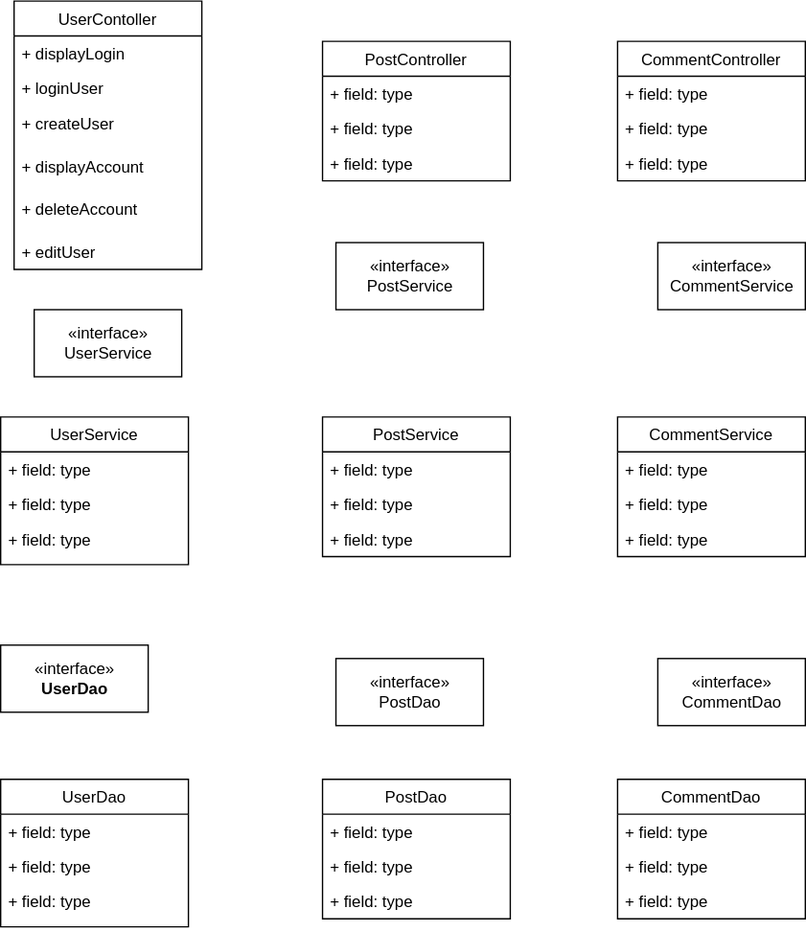
The draw.io diagram documentation/UmlClassDiagram.svg in jarjc001/SocialMediaApp, before a commit. Source tidied: cells renumbered, new cells last; positions are measured from the earlier drawing's top-left corner, leaving out a move shared by most shapes.
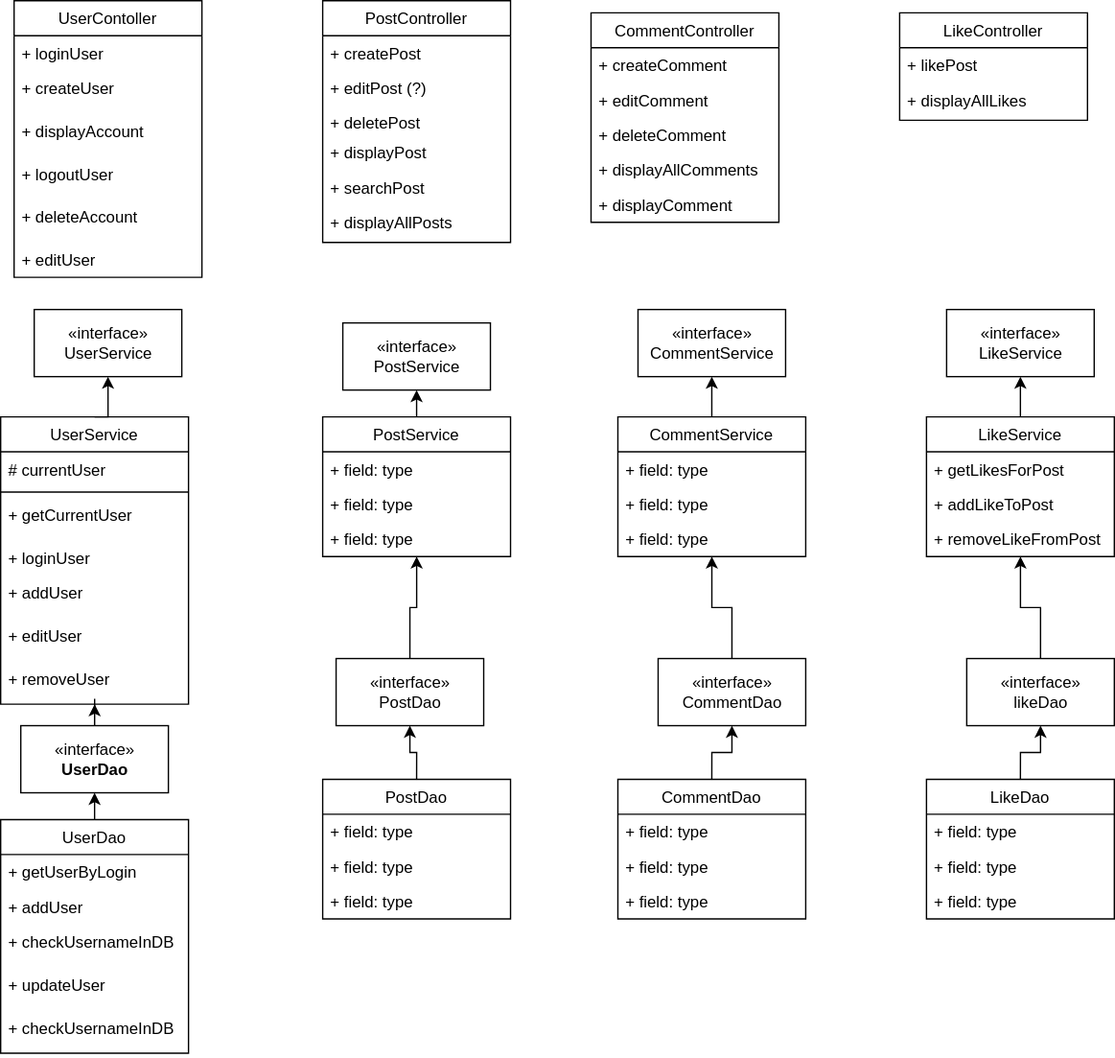
The same diagram one commit later.

Commit message:
added prop for db almost finished class diagram

Change to the diagram source:
```diff
@@ -5,46 +5,61 @@
     <mxCell id="2" value="UserContoller" style="swimlane;fontStyle=0;horizontal=1;startSize=26;fillColor=none;" parent="1" vertex="1">
-      <mxGeometry x="10" width="140" height="200" as="geometry" />
+      <mxGeometry x="10" width="140" height="206" as="geometry" />
     </mxCell>
-    <mxCell id="3" value="+ displayLogin" style="text;strokeColor=none;fillColor=none;align=left;verticalAlign=top;spacingLeft=4;spacingRight=4;overflow=hidden;" parent="2" vertex="1">
-      <mxGeometry y="26" width="140" height="26" as="geometry" />
-    </mxCell>
     <mxCell id="4" value="+ loginUser" style="text;strokeColor=none;fillColor=none;align=left;verticalAlign=top;spacingLeft=4;spacingRight=4;overflow=hidden;" parent="2" vertex="1">
-      <mxGeometry y="52" width="140" height="26" as="geometry" />
+      <mxGeometry y="26" width="140" height="26" as="geometry" />
     </mxCell>
     <mxCell id="5" value="+ createUser" style="text;strokeColor=none;fillColor=none;align=left;verticalAlign=top;spacingLeft=4;spacingRight=4;overflow=hidden;" parent="2" vertex="1">
-      <mxGeometry y="78" width="140" height="32" as="geometry" />
+      <mxGeometry y="52" width="140" height="32" as="geometry" />
     </mxCell>
     <mxCell id="6" value="+ displayAccount" style="text;strokeColor=none;fillColor=none;align=left;verticalAlign=top;spacingLeft=4;spacingRight=4;overflow=hidden;" parent="2" vertex="1">
-      <mxGeometry y="110" width="140" height="32" as="geometry" />
+      <mxGeometry y="84" width="140" height="32" as="geometry" />
     </mxCell>
+    <mxCell id="47" value="+ logoutUser" style="text;strokeColor=none;fillColor=none;align=left;verticalAlign=top;spacingLeft=4;spacingRight=4;overflow=hidden;" parent="2" vertex="1">
+      <mxGeometry y="116" width="140" height="32" as="geometry" />
+    </mxCell>
     <mxCell id="7" value="+ deleteAccount" style="text;strokeColor=none;fillColor=none;align=left;verticalAlign=top;spacingLeft=4;spacingRight=4;overflow=hidden;" parent="2" vertex="1">
-      <mxGeometry y="142" width="140" height="32" as="geometry" />
+      <mxGeometry y="148" width="140" height="32" as="geometry" />
     </mxCell>
     <mxCell id="8" value="+ editUser" style="text;strokeColor=none;fillColor=none;align=left;verticalAlign=top;spacingLeft=4;spacingRight=4;overflow=hidden;" parent="2" vertex="1">
-      <mxGeometry y="174" width="140" height="26" as="geometry" />
+      <mxGeometry y="180" width="140" height="26" as="geometry" />
     </mxCell>
     <mxCell id="9" value="PostController" style="swimlane;fontStyle=0;horizontal=1;startSize=26;fillColor=none;" parent="1" vertex="1">
-      <mxGeometry x="240" y="30" width="140" height="104" as="geometry" />
+      <mxGeometry x="240" width="140" height="180" as="geometry" />
     </mxCell>
-    <mxCell id="10" value="+ field: type" style="text;strokeColor=none;fillColor=none;align=left;verticalAlign=top;spacingLeft=4;spacingRight=4;overflow=hidden;" parent="9" vertex="1">
+    <mxCell id="10" value="+ createPost" style="text;strokeColor=none;fillColor=none;align=left;verticalAlign=top;spacingLeft=4;spacingRight=4;overflow=hidden;" parent="9" vertex="1">
       <mxGeometry y="26" width="140" height="26" as="geometry" />
     </mxCell>
-    <mxCell id="11" value="+ field: type" style="text;strokeColor=none;fillColor=none;align=left;verticalAlign=top;spacingLeft=4;spacingRight=4;overflow=hidden;" parent="9" vertex="1">
+    <mxCell id="11" value="+ editPost (?)" style="text;strokeColor=none;fillColor=none;align=left;verticalAlign=top;spacingLeft=4;spacingRight=4;overflow=hidden;" parent="9" vertex="1">
       <mxGeometry y="52" width="140" height="26" as="geometry" />
     </mxCell>
-    <mxCell id="12" value="+ field: type" style="text;strokeColor=none;fillColor=none;align=left;verticalAlign=top;spacingLeft=4;spacingRight=4;overflow=hidden;" parent="9" vertex="1">
-      <mxGeometry y="78" width="140" height="26" as="geometry" />
+    <mxCell id="12" value="+ deletePost" style="text;strokeColor=none;fillColor=none;align=left;verticalAlign=top;spacingLeft=4;spacingRight=4;overflow=hidden;" parent="9" vertex="1">
+      <mxGeometry y="78" width="140" height="22" as="geometry" />
     </mxCell>
+    <mxCell id="48" value="+ displayPost" style="text;strokeColor=none;fillColor=none;align=left;verticalAlign=top;spacingLeft=4;spacingRight=4;overflow=hidden;" parent="9" vertex="1">
+      <mxGeometry y="100" width="140" height="26" as="geometry" />
+    </mxCell>
+    <mxCell id="49" value="+ searchPost" style="text;strokeColor=none;fillColor=none;align=left;verticalAlign=top;spacingLeft=4;spacingRight=4;overflow=hidden;" parent="9" vertex="1">
+      <mxGeometry y="126" width="140" height="26" as="geometry" />
+    </mxCell>
+    <mxCell id="50" value="+ displayAllPosts" style="text;strokeColor=none;fillColor=none;align=left;verticalAlign=top;spacingLeft=4;spacingRight=4;overflow=hidden;" parent="9" vertex="1">
+      <mxGeometry y="152" width="140" height="28" as="geometry" />
+    </mxCell>
     <mxCell id="13" value="CommentController" style="swimlane;fontStyle=0;horizontal=1;startSize=26;fillColor=none;" parent="1" vertex="1">
-      <mxGeometry x="460" y="30" width="140" height="104" as="geometry" />
+      <mxGeometry x="440" y="9" width="140" height="156" as="geometry" />
     </mxCell>
-    <mxCell id="14" value="+ field: type" style="text;strokeColor=none;fillColor=none;align=left;verticalAlign=top;spacingLeft=4;spacingRight=4;overflow=hidden;" parent="13" vertex="1">
+    <mxCell id="14" value="+ createComment" style="text;strokeColor=none;fillColor=none;align=left;verticalAlign=top;spacingLeft=4;spacingRight=4;overflow=hidden;" parent="13" vertex="1">
       <mxGeometry y="26" width="140" height="26" as="geometry" />
     </mxCell>
-    <mxCell id="15" value="+ field: type" style="text;strokeColor=none;fillColor=none;align=left;verticalAlign=top;spacingLeft=4;spacingRight=4;overflow=hidden;" parent="13" vertex="1">
+    <mxCell id="15" value="+ editComment" style="text;strokeColor=none;fillColor=none;align=left;verticalAlign=top;spacingLeft=4;spacingRight=4;overflow=hidden;" parent="13" vertex="1">
       <mxGeometry y="52" width="140" height="26" as="geometry" />
     </mxCell>
-    <mxCell id="16" value="+ field: type" style="text;strokeColor=none;fillColor=none;align=left;verticalAlign=top;spacingLeft=4;spacingRight=4;overflow=hidden;" parent="13" vertex="1">
+    <mxCell id="16" value="+ deleteComment" style="text;strokeColor=none;fillColor=none;align=left;verticalAlign=top;spacingLeft=4;spacingRight=4;overflow=hidden;" parent="13" vertex="1">
       <mxGeometry y="78" width="140" height="26" as="geometry" />
     </mxCell>
+    <mxCell id="51" value="+ displayAllComments" style="text;strokeColor=none;fillColor=none;align=left;verticalAlign=top;spacingLeft=4;spacingRight=4;overflow=hidden;" parent="13" vertex="1">
+      <mxGeometry y="104" width="140" height="26" as="geometry" />
+    </mxCell>
+    <mxCell id="52" value="+ displayComment" style="text;strokeColor=none;fillColor=none;align=left;verticalAlign=top;spacingLeft=4;spacingRight=4;overflow=hidden;" parent="13" vertex="1">
+      <mxGeometry y="130" width="140" height="26" as="geometry" />
+    </mxCell>
     <mxCell id="17" value="«interface»&lt;br&gt;UserService" style="html=1;" parent="1" vertex="1">
@@ -53,19 +68,37 @@
     <mxCell id="18" value="«interface»&lt;br&gt;CommentService" style="html=1;" parent="1" vertex="1">
-      <mxGeometry x="490" y="180" width="110" height="50" as="geometry" />
+      <mxGeometry x="475" y="230" width="110" height="50" as="geometry" />
     </mxCell>
     <mxCell id="19" value="«interface»&lt;br&gt;PostService" style="html=1;" parent="1" vertex="1">
-      <mxGeometry x="250" y="180" width="110" height="50" as="geometry" />
+      <mxGeometry x="255" y="240" width="110" height="50" as="geometry" />
     </mxCell>
+    <mxCell id="53" style="edgeStyle=orthogonalEdgeStyle;rounded=0;jettySize=auto;html=1;exitX=0.5;exitY=0;exitDx=0;exitDy=0;entryX=0.5;entryY=1;entryDx=0;entryDy=0;" parent="1" edge="1" source="20" target="17">
+      <mxGeometry relative="1" as="geometry" />
+    </mxCell>
     <mxCell id="20" value="UserService" style="swimlane;fontStyle=0;horizontal=1;startSize=26;fillColor=none;" parent="1" vertex="1">
-      <mxGeometry y="310" width="140" height="110" as="geometry" />
+      <mxGeometry y="310" width="140" height="214" as="geometry" />
     </mxCell>
-    <mxCell id="21" value="+ field: type" style="text;strokeColor=none;fillColor=none;align=left;verticalAlign=top;spacingLeft=4;spacingRight=4;overflow=hidden;" parent="20" vertex="1">
+    <mxCell id="21" value="# currentUser" style="text;strokeColor=none;fillColor=none;align=left;verticalAlign=top;spacingLeft=4;spacingRight=4;overflow=hidden;" parent="20" vertex="1">
       <mxGeometry y="26" width="140" height="26" as="geometry" />
     </mxCell>
+    <mxCell id="54" style="line;strokeWidth=1;fillColor=none;align=left;verticalAlign=middle;spacingTop=-1;spacingLeft=3;spacingRight=3;labelPosition=right;strokeColor=inherit;" parent="20" vertex="1">
+      <mxGeometry y="52" width="140" height="8" as="geometry" />
+    </mxCell>
+    <mxCell id="55" value="+ getCurrentUser" style="text;strokeColor=none;fillColor=none;align=left;verticalAlign=top;spacingLeft=4;spacingRight=4;overflow=hidden;" parent="20" vertex="1">
+      <mxGeometry y="60" width="140" height="32" as="geometry" />
+    </mxCell>
-    <mxCell id="22" value="+ field: type" style="text;strokeColor=none;fillColor=none;align=left;verticalAlign=top;spacingLeft=4;spacingRight=4;overflow=hidden;" parent="20" vertex="1">
-      <mxGeometry y="52" width="140" height="26" as="geometry" />
+    <mxCell id="22" value="+ loginUser" style="text;strokeColor=none;fillColor=none;align=left;verticalAlign=top;spacingLeft=4;spacingRight=4;overflow=hidden;" parent="20" vertex="1">
+      <mxGeometry y="92" width="140" height="26" as="geometry" />
     </mxCell>
+    <mxCell id="56" value="+ addUser" style="text;strokeColor=none;fillColor=none;align=left;verticalAlign=top;spacingLeft=4;spacingRight=4;overflow=hidden;" parent="20" vertex="1">
+      <mxGeometry y="118" width="140" height="32" as="geometry" />
+    </mxCell>
+    <mxCell id="57" value="+ editUser" style="text;strokeColor=none;fillColor=none;align=left;verticalAlign=top;spacingLeft=4;spacingRight=4;overflow=hidden;" parent="20" vertex="1">
+      <mxGeometry y="150" width="140" height="32" as="geometry" />
+    </mxCell>
-    <mxCell id="23" value="+ field: type" style="text;strokeColor=none;fillColor=none;align=left;verticalAlign=top;spacingLeft=4;spacingRight=4;overflow=hidden;" parent="20" vertex="1">
-      <mxGeometry y="78" width="140" height="32" as="geometry" />
+    <mxCell id="23" value="+ removeUser" style="text;strokeColor=none;fillColor=none;align=left;verticalAlign=top;spacingLeft=4;spacingRight=4;overflow=hidden;" parent="20" vertex="1">
+      <mxGeometry y="182" width="140" height="32" as="geometry" />
     </mxCell>
+    <mxCell id="58" style="edgeStyle=orthogonalEdgeStyle;rounded=0;jettySize=auto;html=1;exitX=0.5;exitY=0;exitDx=0;exitDy=0;entryX=0.5;entryY=1;entryDx=0;entryDy=0;" parent="1" edge="1" source="24" target="19">
+      <mxGeometry relative="1" as="geometry" />
+    </mxCell>
     <mxCell id="24" value="PostService" style="swimlane;fontStyle=0;horizontal=1;startSize=26;fillColor=none;" parent="1" vertex="1">
@@ -82,2 +115,5 @@
     </mxCell>
+    <mxCell id="59" style="edgeStyle=orthogonalEdgeStyle;rounded=0;jettySize=auto;html=1;exitX=0.5;exitY=0;exitDx=0;exitDy=0;entryX=0.5;entryY=1;entryDx=0;entryDy=0;" parent="1" edge="1" source="28" target="18">
+      <mxGeometry relative="1" as="geometry" />
+    </mxCell>
     <mxCell id="28" value="CommentService" style="swimlane;fontStyle=0;horizontal=1;startSize=26;fillColor=none;" parent="1" vertex="1">
@@ -94,14 +130,26 @@
     </mxCell>
+    <mxCell id="60" style="edgeStyle=orthogonalEdgeStyle;rounded=0;jettySize=auto;html=1;exitX=0.5;exitY=0;exitDx=0;exitDy=0;entryX=0.5;entryY=1;entryDx=0;entryDy=0;" parent="1" edge="1" source="32" target="44">
+      <mxGeometry relative="1" as="geometry" />
+    </mxCell>
     <mxCell id="32" value="UserDao" style="swimlane;fontStyle=0;horizontal=1;startSize=26;fillColor=none;" parent="1" vertex="1">
-      <mxGeometry y="580" width="140" height="110" as="geometry" />
+      <mxGeometry y="610" width="140" height="174" as="geometry" />
     </mxCell>
-    <mxCell id="33" value="+ field: type" style="text;strokeColor=none;fillColor=none;align=left;verticalAlign=top;spacingLeft=4;spacingRight=4;overflow=hidden;" parent="32" vertex="1">
+    <mxCell id="33" value="+ getUserByLogin" style="text;strokeColor=none;fillColor=none;align=left;verticalAlign=top;spacingLeft=4;spacingRight=4;overflow=hidden;" parent="32" vertex="1">
       <mxGeometry y="26" width="140" height="26" as="geometry" />
     </mxCell>
-    <mxCell id="34" value="+ field: type" style="text;strokeColor=none;fillColor=none;align=left;verticalAlign=top;spacingLeft=4;spacingRight=4;overflow=hidden;" parent="32" vertex="1">
+    <mxCell id="34" value="+ addUser" style="text;strokeColor=none;fillColor=none;align=left;verticalAlign=top;spacingLeft=4;spacingRight=4;overflow=hidden;" parent="32" vertex="1">
       <mxGeometry y="52" width="140" height="26" as="geometry" />
     </mxCell>
+    <mxCell id="61" value="+ checkUsernameInDB" style="text;strokeColor=none;fillColor=none;align=left;verticalAlign=top;spacingLeft=4;spacingRight=4;overflow=hidden;" parent="32" vertex="1">
+      <mxGeometry y="78" width="140" height="32" as="geometry" />
+    </mxCell>
+    <mxCell id="62" value="+ updateUser" style="text;strokeColor=none;fillColor=none;align=left;verticalAlign=top;spacingLeft=4;spacingRight=4;overflow=hidden;" parent="32" vertex="1">
+      <mxGeometry y="110" width="140" height="32" as="geometry" />
+    </mxCell>
-    <mxCell id="35" value="+ field: type" style="text;strokeColor=none;fillColor=none;align=left;verticalAlign=top;spacingLeft=4;spacingRight=4;overflow=hidden;" parent="32" vertex="1">
-      <mxGeometry y="78" width="140" height="32" as="geometry" />
+    <mxCell id="35" value="+ checkUsernameInDB" style="text;strokeColor=none;fillColor=none;align=left;verticalAlign=top;spacingLeft=4;spacingRight=4;overflow=hidden;" parent="32" vertex="1">
+      <mxGeometry y="142" width="140" height="32" as="geometry" />
     </mxCell>
+    <mxCell id="63" style="edgeStyle=orthogonalEdgeStyle;rounded=0;jettySize=auto;html=1;exitX=0.5;exitY=0;exitDx=0;exitDy=0;entryX=0.5;entryY=1;entryDx=0;entryDy=0;" parent="1" edge="1" source="36" target="46">
+      <mxGeometry relative="1" as="geometry" />
+    </mxCell>
     <mxCell id="36" value="PostDao" style="swimlane;fontStyle=0;horizontal=1;startSize=26;fillColor=none;" parent="1" vertex="1">
@@ -118,2 +166,5 @@
     </mxCell>
+    <mxCell id="64" style="edgeStyle=orthogonalEdgeStyle;rounded=0;jettySize=auto;html=1;exitX=0.5;exitY=0;exitDx=0;exitDy=0;entryX=0.5;entryY=1;entryDx=0;entryDy=0;" parent="1" edge="1" source="40" target="45">
+      <mxGeometry relative="1" as="geometry" />
+    </mxCell>
     <mxCell id="40" value="CommentDao" style="swimlane;fontStyle=0;horizontal=1;startSize=26;fillColor=none;" parent="1" vertex="1">
@@ -130,5 +181,11 @@
     </mxCell>
+    <mxCell id="65" style="edgeStyle=orthogonalEdgeStyle;rounded=0;jettySize=auto;html=1;exitX=0.5;exitY=0;exitDx=0;exitDy=0;" parent="1" edge="1" source="44" target="20">
+      <mxGeometry relative="1" as="geometry" />
+    </mxCell>
     <mxCell id="44" value="«interface»&lt;br&gt;&lt;b&gt;UserDao&lt;/b&gt;" style="html=1;" parent="1" vertex="1">
-      <mxGeometry y="480" width="110" height="50" as="geometry" />
+      <mxGeometry x="15" y="540" width="110" height="50" as="geometry" />
     </mxCell>
+    <mxCell id="66" style="edgeStyle=orthogonalEdgeStyle;rounded=0;jettySize=auto;html=1;exitX=0.5;exitY=0;exitDx=0;exitDy=0;" parent="1" edge="1" source="45" target="28">
+      <mxGeometry relative="1" as="geometry" />
+    </mxCell>
     <mxCell id="45" value="«interface»&lt;br&gt;CommentDao" style="html=1;" parent="1" vertex="1">
@@ -136,2 +193,5 @@
     </mxCell>
+    <mxCell id="67" style="edgeStyle=orthogonalEdgeStyle;rounded=0;jettySize=auto;html=1;exitX=0.5;exitY=0;exitDx=0;exitDy=0;" parent="1" edge="1" source="46" target="24">
+      <mxGeometry relative="1" as="geometry" />
+    </mxCell>
     <mxCell id="46" value="«interface»&lt;br&gt;PostDao" style="html=1;" parent="1" vertex="1">
@@ -139,2 +199,50 @@
     </mxCell>
+    <mxCell id="68" value="LikeController" style="swimlane;fontStyle=0;horizontal=1;startSize=26;fillColor=none;" parent="1" vertex="1">
+      <mxGeometry x="670" y="9" width="140" height="80" as="geometry" />
+    </mxCell>
+    <mxCell id="69" value="+ likePost" style="text;strokeColor=none;fillColor=none;align=left;verticalAlign=top;spacingLeft=4;spacingRight=4;overflow=hidden;" parent="68" vertex="1">
+      <mxGeometry y="26" width="140" height="26" as="geometry" />
+    </mxCell>
+    <mxCell id="70" value="+ displayAllLikes" style="text;strokeColor=none;fillColor=none;align=left;verticalAlign=top;spacingLeft=4;spacingRight=4;overflow=hidden;" parent="68" vertex="1">
+      <mxGeometry y="52" width="140" height="28" as="geometry" />
+    </mxCell>
+    <mxCell id="71" value="«interface»&lt;br&gt;LikeService" style="html=1;" parent="1" vertex="1">
+      <mxGeometry x="705" y="230" width="110" height="50" as="geometry" />
+    </mxCell>
+    <mxCell id="72" style="edgeStyle=orthogonalEdgeStyle;rounded=0;jettySize=auto;html=1;exitX=0.5;exitY=0;exitDx=0;exitDy=0;entryX=0.5;entryY=1;entryDx=0;entryDy=0;" parent="1" edge="1" source="73" target="71">
+      <mxGeometry relative="1" as="geometry" />
+    </mxCell>
+    <mxCell id="73" value="LikeService" style="swimlane;fontStyle=0;horizontal=1;startSize=26;fillColor=none;" parent="1" vertex="1">
+      <mxGeometry x="690" y="310" width="140" height="104" as="geometry" />
+    </mxCell>
+    <mxCell id="74" value="+ getLikesForPost" style="text;strokeColor=none;fillColor=none;align=left;verticalAlign=top;spacingLeft=4;spacingRight=4;overflow=hidden;" parent="73" vertex="1">
+      <mxGeometry y="26" width="140" height="26" as="geometry" />
+    </mxCell>
+    <mxCell id="75" value="+ addLikeToPost" style="text;strokeColor=none;fillColor=none;align=left;verticalAlign=top;spacingLeft=4;spacingRight=4;overflow=hidden;" parent="73" vertex="1">
+      <mxGeometry y="52" width="140" height="26" as="geometry" />
+    </mxCell>
+    <mxCell id="76" value="+ removeLikeFromPost" style="text;strokeColor=none;fillColor=none;align=left;verticalAlign=top;spacingLeft=4;spacingRight=4;overflow=hidden;" parent="73" vertex="1">
+      <mxGeometry y="78" width="140" height="26" as="geometry" />
+    </mxCell>
+    <mxCell id="77" style="edgeStyle=orthogonalEdgeStyle;rounded=0;jettySize=auto;html=1;exitX=0.5;exitY=0;exitDx=0;exitDy=0;entryX=0.5;entryY=1;entryDx=0;entryDy=0;" parent="1" edge="1" source="78" target="83">
+      <mxGeometry relative="1" as="geometry" />
+    </mxCell>
+    <mxCell id="78" value="LikeDao" style="swimlane;fontStyle=0;horizontal=1;startSize=26;fillColor=none;" parent="1" vertex="1">
+      <mxGeometry x="690" y="580" width="140" height="104" as="geometry" />
+    </mxCell>
+    <mxCell id="79" value="+ field: type" style="text;strokeColor=none;fillColor=none;align=left;verticalAlign=top;spacingLeft=4;spacingRight=4;overflow=hidden;" parent="78" vertex="1">
+      <mxGeometry y="26" width="140" height="26" as="geometry" />
+    </mxCell>
+    <mxCell id="80" value="+ field: type" style="text;strokeColor=none;fillColor=none;align=left;verticalAlign=top;spacingLeft=4;spacingRight=4;overflow=hidden;" parent="78" vertex="1">
+      <mxGeometry y="52" width="140" height="26" as="geometry" />
+    </mxCell>
+    <mxCell id="81" value="+ field: type" style="text;strokeColor=none;fillColor=none;align=left;verticalAlign=top;spacingLeft=4;spacingRight=4;overflow=hidden;" parent="78" vertex="1">
+      <mxGeometry y="78" width="140" height="26" as="geometry" />
+    </mxCell>
+    <mxCell id="82" style="edgeStyle=orthogonalEdgeStyle;rounded=0;jettySize=auto;html=1;exitX=0.5;exitY=0;exitDx=0;exitDy=0;" parent="1" edge="1" source="83" target="73">
+      <mxGeometry relative="1" as="geometry" />
+    </mxCell>
+    <mxCell id="83" value="«interface»&lt;br&gt;likeDao" style="html=1;" parent="1" vertex="1">
+      <mxGeometry x="720" y="490" width="110" height="50" as="geometry" />
+    </mxCell>
   </root>
```
